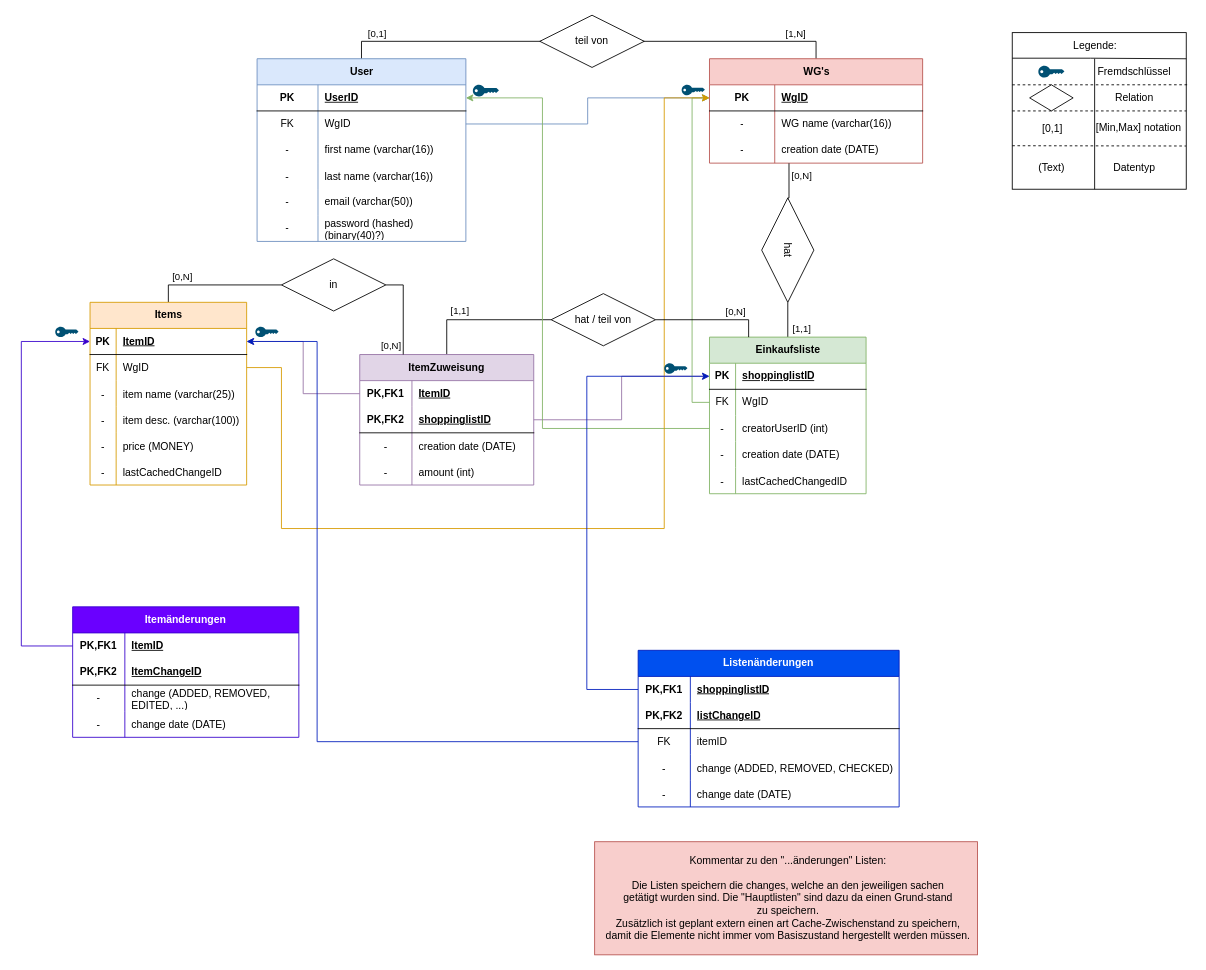
This is docs/models/database/ShareShop.drawio from MasterOfDevilLP/ShareShop, a draw.io file, before an edit. Source tidied: cells renumbered, new cells numbered last; positions are measured from the earlier drawing's top-left corner, leaving out a move shared by most shapes. Both pictures are drawn from the tidied source at 87%, with x=0, y=0 at pixel (21, 15).
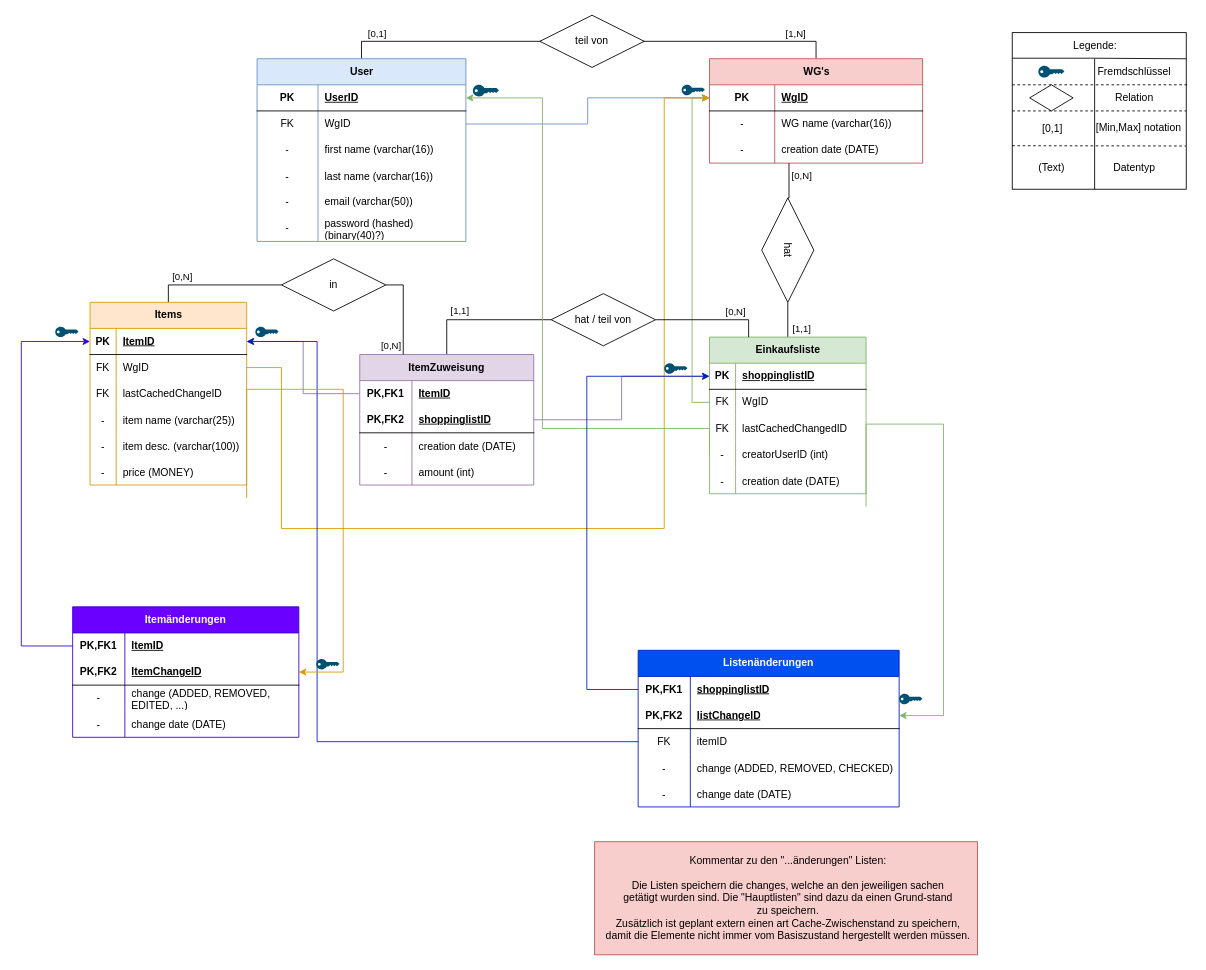
The same page after the edit.

Unchanged cells that the change refers to:
```xml
<mxCell id="37" value="Einkaufsliste" style="shape=table;startSize=30;childLayout=tableLayout;rowLines=0;fontStyle=1;align=center;html=1;fillColor=#d5e8d4;strokeColor=#82b366;" parent="1" vertex="1">
  <mxGeometry x="791" y="370" width="180" height="180" as="geometry" />
</mxCell>
<mxCell id="59" value="Items" style="shape=table;startSize=30;childLayout=tableLayout;rowLines=0;fontStyle=1;align=center;html=1;fillColor=#ffe6cc;strokeColor=#d79b00;" parent="1" vertex="1">
  <mxGeometry x="79" y="330" width="180" height="210" as="geometry" />
</mxCell>
<mxCell id="127" style="shape=tableRow;horizontal=0;startSize=0;swimlaneHead=0;swimlaneBody=0;fillColor=none;points=[[0,0.5],[1,0.5]];portConstraint=eastwest;top=0;left=0;right=0;bottom=1;html=1;" parent="123" vertex="1">
  <mxGeometry y="60" width="300" height="30" as="geometry" />
</mxCell>
<mxCell id="145" style="shape=tableRow;horizontal=0;startSize=0;swimlaneHead=0;swimlaneBody=0;fillColor=none;points=[[0,0.5],[1,0.5]];portConstraint=eastwest;top=0;left=0;right=0;bottom=1;html=1;" parent="141" vertex="1">
  <mxGeometry y="60" width="260" height="30" as="geometry" />
</mxCell>
```

Diff of the diagram source:
```diff
@@
+    <mxCell id="158" style="shape=tableRow;horizontal=0;startSize=0;swimlaneHead=0;swimlaneBody=0;fillColor=none;top=0;left=0;right=0;bottom=0;" parent="37" vertex="1">
+      <mxGeometry y="90" width="180" height="30" as="geometry" />
+    </mxCell>
+    <mxCell id="159" value="FK" style="shape=partialRectangle;fillColor=none;top=0;left=0;bottom=0;right=0;fontStyle=0;overflow=hidden;whiteSpace=wrap;html=1;" parent="158" vertex="1">
+      <mxGeometry width="30" height="30" as="geometry" />
+    </mxCell>
+    <mxCell id="52" value="&lt;span style=&quot;text-wrap-mode: nowrap;&quot;&gt;lastCachedChangedID&lt;/span&gt;" style="shape=partialRectangle;fillColor=none;top=0;left=0;bottom=0;right=0;align=left;spacingLeft=6;fontStyle=0;overflow=hidden;whiteSpace=wrap;html=1;" parent="158" vertex="1">
+      <mxGeometry x="30" width="150" height="30" as="geometry" />
+    </mxCell>
     <mxCell id="44" style="shape=tableRow;horizontal=0;startSize=0;swimlaneHead=0;swimlaneBody=0;fillColor=none;points=[[0,0.5],[1,0.5]];portConstraint=eastwest;top=0;left=0;right=0;bottom=0;" parent="37" vertex="1">
-      <mxGeometry y="90" width="180" height="30" as="geometry" />
+      <mxGeometry y="120" width="180" height="30" as="geometry" />
     </mxCell>
@@
     <mxCell id="47" style="shape=tableRow;horizontal=0;startSize=0;swimlaneHead=0;swimlaneBody=0;fillColor=none;top=0;left=0;right=0;bottom=0;" parent="37" vertex="1">
-      <mxGeometry y="120" width="180" height="30" as="geometry" />
+      <mxGeometry y="150" width="180" height="30" as="geometry" />
     </mxCell>
@@
-    <mxCell id="50" style="shape=tableRow;horizontal=0;startSize=0;swimlaneHead=0;swimlaneBody=0;fillColor=none;top=0;left=0;right=0;bottom=0;" parent="37" vertex="1">
-      <mxGeometry y="150" width="180" height="30" as="geometry" />
-    </mxCell>
-    <mxCell id="51" value="-" style="shape=partialRectangle;fillColor=none;top=0;left=0;bottom=0;right=0;overflow=hidden;" parent="50" vertex="1">
-      <mxGeometry width="30" height="30" as="geometry" />
-    </mxCell>
-    <mxCell id="52" value="lastCachedChangedID" style="shape=partialRectangle;fillColor=none;top=0;left=0;bottom=0;right=0;align=left;spacingLeft=6;overflow=hidden;" parent="50" vertex="1">
-      <mxGeometry x="30" width="150" height="30" as="geometry" />
-    </mxCell>
@@
+    <mxCell id="160" style="shape=tableRow;horizontal=0;startSize=0;swimlaneHead=0;swimlaneBody=0;fillColor=none;top=0;left=0;right=0;bottom=0;" parent="59" vertex="1">
+      <mxGeometry y="90" width="180" height="30" as="geometry" />
+    </mxCell>
+    <mxCell id="161" value="FK" style="shape=partialRectangle;fillColor=none;top=0;left=0;bottom=0;right=0;fontStyle=0;overflow=hidden;whiteSpace=wrap;html=1;" parent="160" vertex="1">
+      <mxGeometry width="30" height="30" as="geometry" />
+    </mxCell>
+    <mxCell id="77" value="&lt;span style=&quot;text-wrap-mode: nowrap;&quot;&gt;lastCachedChangeID&lt;/span&gt;" style="shape=partialRectangle;fillColor=none;top=0;left=0;bottom=0;right=0;align=left;spacingLeft=6;fontStyle=0;overflow=hidden;whiteSpace=wrap;html=1;" parent="160" vertex="1">
+      <mxGeometry x="30" width="150" height="30" as="geometry" />
+    </mxCell>
     <mxCell id="66" style="shape=tableRow;horizontal=0;startSize=0;swimlaneHead=0;swimlaneBody=0;fillColor=none;top=0;left=0;right=0;bottom=0;" parent="59" vertex="1">
-      <mxGeometry y="90" width="180" height="30" as="geometry" />
+      <mxGeometry y="120" width="180" height="30" as="geometry" />
     </mxCell>
@@
     <mxCell id="69" style="shape=tableRow;horizontal=0;startSize=0;swimlaneHead=0;swimlaneBody=0;fillColor=none;top=0;left=0;right=0;bottom=0;" parent="59" vertex="1">
-      <mxGeometry y="120" width="180" height="30" as="geometry" />
+      <mxGeometry y="150" width="180" height="30" as="geometry" />
     </mxCell>
@@
     <mxCell id="72" style="shape=tableRow;horizontal=0;startSize=0;swimlaneHead=0;swimlaneBody=0;fillColor=none;top=0;left=0;right=0;bottom=0;" parent="59" vertex="1">
-      <mxGeometry y="150" width="180" height="30" as="geometry" />
+      <mxGeometry y="180" width="180" height="30" as="geometry" />
     </mxCell>
@@
-    <mxCell id="75" style="shape=tableRow;horizontal=0;startSize=0;swimlaneHead=0;swimlaneBody=0;fillColor=none;top=0;left=0;right=0;bottom=0;" parent="59" vertex="1">
-      <mxGeometry y="180" width="180" height="30" as="geometry" />
-    </mxCell>
-    <mxCell id="76" value="-" style="shape=partialRectangle;fillColor=none;top=0;left=0;bottom=0;right=0;overflow=hidden;" parent="75" vertex="1">
-      <mxGeometry width="30" height="30" as="geometry" />
-    </mxCell>
-    <mxCell id="77" value="lastCachedChangeID" style="shape=partialRectangle;fillColor=none;top=0;left=0;bottom=0;right=0;align=left;spacingLeft=6;overflow=hidden;" parent="75" vertex="1">
-      <mxGeometry x="30" width="150" height="30" as="geometry" />
-    </mxCell>
@@
+    <mxCell id="162" style="edgeStyle=orthogonalEdgeStyle;rounded=0;jettySize=auto;html=1;exitX=1;exitY=0.5;exitDx=0;exitDy=0;entryX=1;entryY=0.5;entryDx=0;entryDy=0;endArrow=classic;startFill=0;fillColor=#d5e8d4;strokeColor=#82b366;endFill=1;" parent="1" edge="1" target="127">
+      <mxGeometry relative="1" as="geometry">
+        <mxPoint x="971" y="565" as="sourcePoint" />
+        <Array as="points">
+          <mxPoint x="971" y="470" />
+          <mxPoint x="1060" y="470" />
+          <mxPoint x="1060" y="805" />
+        </Array>
+      </mxGeometry>
+    </mxCell>
+    <mxCell id="163" style="verticalLabelPosition=bottom;sketch=0;html=1;verticalAlign=top;align=center;shape=mxgraph.cisco19.key;fillColor=#005073;strokeColor=none;" parent="1" vertex="1">
+      <mxGeometry x="1009" y="780" width="26.7" height="12" as="geometry" />
+    </mxCell>
+    <mxCell id="164" style="edgeStyle=orthogonalEdgeStyle;rounded=0;jettySize=auto;html=1;exitX=1;exitY=0.5;exitDx=0;exitDy=0;entryX=1;entryY=0.5;entryDx=0;entryDy=0;fillColor=#ffe6cc;strokeColor=#d79b00;" parent="1" edge="1" target="145">
+      <mxGeometry relative="1" as="geometry">
+        <mxPoint x="259" y="555" as="sourcePoint" />
+        <Array as="points">
+          <mxPoint x="259" y="430" />
+          <mxPoint x="370" y="430" />
+          <mxPoint x="370" y="755" />
+        </Array>
+      </mxGeometry>
+    </mxCell>
+    <mxCell id="165" style="verticalLabelPosition=bottom;sketch=0;html=1;verticalAlign=top;align=center;shape=mxgraph.cisco19.key;fillColor=#005073;strokeColor=none;" parent="1" vertex="1">
+      <mxGeometry x="339" y="740" width="26.7" height="12" as="geometry" />
+    </mxCell>
```
